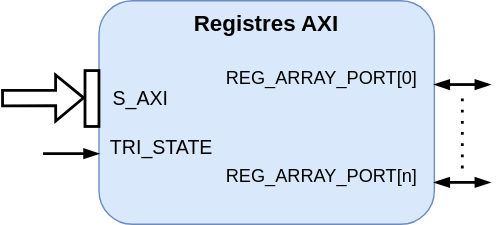
viveris/LoCod-fpga keeps this draw.io diagram as src/axi_reg/doc/axi_reg.drawio.svg. Above is the earlier version. Source tidied: cells renumbered, new cells last; positions are measured from the earlier drawing's top-left corner, leaving out a move shared by most shapes.
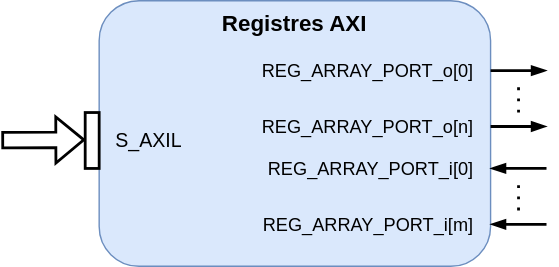
Later version of the same file.

Commit message:
[UPDATE] Modify AXI Reg module : separate input and output registers (supression of tri-state)

Diff of the diagram source:
```diff
@@ -3,52 +3,67 @@
     <mxCell id="0" />
     <mxCell id="1" parent="0" />
     <mxCell id="2" value="Registres AXI" style="rounded=1;whiteSpace=wrap;html=1;verticalAlign=top;fontStyle=1;fontSize=16;fillColor=#dae8fc;strokeColor=#6c8ebf;" parent="1" vertex="1">
-      <mxGeometry x="70" width="240" height="160" as="geometry" />
+      <mxGeometry x="30" y="10" width="280" height="190" as="geometry" />
     </mxCell>
     <mxCell id="3" style="shape=flexArrow;endArrow=classic;html=1;rounded=0;fontSize=16;strokeWidth=2;" parent="1" edge="1">
       <mxGeometry relative="1" as="geometry">
-        <mxPoint y="69.7" as="sourcePoint" />
-        <mxPoint x="60" y="69.5" as="targetPoint" />
+        <mxPoint x="-40" y="109.7" as="sourcePoint" />
+        <mxPoint x="20" y="109.5" as="targetPoint" />
       </mxGeometry>
     </mxCell>
     <mxCell id="4" style="rounded=0;whiteSpace=wrap;html=1;fontSize=16;strokeWidth=2;fillColor=none;" parent="1" vertex="1">
-      <mxGeometry x="60" y="50" width="10" height="40" as="geometry" />
+      <mxGeometry x="20" y="90" width="10" height="40" as="geometry" />
     </mxCell>
-    <mxCell id="5" style="endArrow=blockThin;html=1;rounded=0;fontSize=16;strokeWidth=2;endFill=1;startArrow=blockThin;startFill=1;" parent="1" edge="1">
+    <mxCell id="5" style="endArrow=blockThin;html=1;rounded=0;fontSize=16;strokeWidth=2;endFill=1;startArrow=none;startFill=0;" parent="1" edge="1">
       <mxGeometry relative="1" as="geometry">
         <mxPoint x="310" y="60" as="sourcePoint" />
         <mxPoint x="350" y="60" as="targetPoint" />
       </mxGeometry>
     </mxCell>
-    <mxCell id="6" style="endArrow=blockThin;html=1;rounded=0;fontSize=16;strokeWidth=2;endFill=1;startArrow=blockThin;startFill=1;" parent="1" edge="1">
+    <mxCell id="6" style="endArrow=blockThin;html=1;rounded=0;fontSize=16;strokeWidth=2;endFill=1;startArrow=none;startFill=0;" parent="1" edge="1">
       <mxGeometry relative="1" as="geometry">
-        <mxPoint x="310" y="130" as="sourcePoint" />
-        <mxPoint x="350" y="130" as="targetPoint" />
+        <mxPoint x="310" y="100" as="sourcePoint" />
+        <mxPoint x="350" y="100" as="targetPoint" />
       </mxGeometry>
     </mxCell>
-    <mxCell id="7" value="S_AXI" style="text;html=1;strokeColor=none;fillColor=none;align=center;verticalAlign=middle;whiteSpace=wrap;rounded=0;fontSize=14;" parent="1" vertex="1">
-      <mxGeometry x="70" y="55" width="60" height="30" as="geometry" />
+    <mxCell id="7" value="S_AXIL" style="text;html=1;strokeColor=none;fillColor=none;align=left;verticalAlign=middle;whiteSpace=wrap;rounded=0;fontSize=14;" parent="1" vertex="1">
+      <mxGeometry x="40" y="100" width="60" height="20" as="geometry" />
     </mxCell>
-    <mxCell id="8" value="&lt;div&gt;REG_ARRAY_PORT[0]&lt;/div&gt;" style="text;html=1;strokeColor=none;fillColor=none;align=right;verticalAlign=middle;whiteSpace=wrap;rounded=0;fontSize=13;" parent="1" vertex="1">
-      <mxGeometry x="150" y="40" width="150" height="30" as="geometry" />
+    <mxCell id="8" value="&lt;div&gt;REG_ARRAY_PORT_o[0]&lt;/div&gt;" style="text;html=1;strokeColor=none;fillColor=none;align=right;verticalAlign=middle;whiteSpace=wrap;rounded=0;fontSize=13;" parent="1" vertex="1">
+      <mxGeometry x="150" y="50" width="150" height="20" as="geometry" />
     </mxCell>
-    <mxCell id="9" value="REG_ARRAY_PORT[n]" style="text;html=1;strokeColor=none;fillColor=none;align=right;verticalAlign=middle;whiteSpace=wrap;rounded=0;fontSize=13;" parent="1" vertex="1">
-      <mxGeometry x="150" y="110" width="150" height="30" as="geometry" />
+    <mxCell id="9" value="REG_ARRAY_PORT_o[n]" style="text;html=1;strokeColor=none;fillColor=none;align=right;verticalAlign=middle;whiteSpace=wrap;rounded=0;fontSize=13;" parent="1" vertex="1">
+      <mxGeometry x="150" y="90" width="150" height="20" as="geometry" />
     </mxCell>
     <mxCell id="10" style="endArrow=none;dashed=1;html=1;dashPattern=1 3;strokeWidth=2;rounded=0;fontSize=14;" parent="1" edge="1">
       <mxGeometry relative="1" as="geometry">
-        <mxPoint x="330" y="120" as="sourcePoint" />
+        <mxPoint x="330" y="90" as="sourcePoint" />
         <mxPoint x="330" y="70" as="targetPoint" />
       </mxGeometry>
     </mxCell>
-    <mxCell id="11" value="TRI_STATE" style="text;html=1;strokeColor=none;fillColor=none;align=center;verticalAlign=middle;whiteSpace=wrap;rounded=0;fontSize=14;" parent="1" vertex="1">
-      <mxGeometry x="70" y="90" width="90" height="30" as="geometry" />
-    </mxCell>
-    <mxCell id="12" style="endArrow=blockThin;html=1;rounded=0;fontSize=16;strokeWidth=2;endFill=1;startArrow=none;startFill=0;" parent="1" edge="1">
-      <mxGeometry relative="1" as="geometry">
-        <mxPoint x="30" y="109.4" as="sourcePoint" />
-        <mxPoint x="70" y="109.4" as="targetPoint" />
-      </mxGeometry>
-    </mxCell>
+    <mxCell id="13" style="endArrow=none;html=1;rounded=0;fontSize=16;strokeWidth=2;endFill=0;startArrow=blockThin;startFill=1;" parent="1" edge="1">
+      <mxGeometry relative="1" as="geometry">
+        <mxPoint x="310" y="130" as="sourcePoint" />
+        <mxPoint x="350" y="130" as="targetPoint" />
+      </mxGeometry>
+    </mxCell>
+    <mxCell id="14" style="endArrow=none;html=1;rounded=0;fontSize=16;strokeWidth=2;endFill=0;startArrow=blockThin;startFill=1;" parent="1" edge="1">
+      <mxGeometry relative="1" as="geometry">
+        <mxPoint x="310" y="170" as="sourcePoint" />
+        <mxPoint x="350" y="170" as="targetPoint" />
+      </mxGeometry>
+    </mxCell>
+    <mxCell id="15" value="&lt;div&gt;REG_ARRAY_PORT_i[0]&lt;/div&gt;" style="text;html=1;strokeColor=none;fillColor=none;align=right;verticalAlign=middle;whiteSpace=wrap;rounded=0;fontSize=13;" parent="1" vertex="1">
+      <mxGeometry x="150" y="120" width="150" height="20" as="geometry" />
+    </mxCell>
+    <mxCell id="16" value="REG_ARRAY_PORT_i[m]" style="text;html=1;strokeColor=none;fillColor=none;align=right;verticalAlign=middle;whiteSpace=wrap;rounded=0;fontSize=13;" parent="1" vertex="1">
+      <mxGeometry x="150" y="160" width="150" height="20" as="geometry" />
+    </mxCell>
+    <mxCell id="17" style="endArrow=none;dashed=1;html=1;dashPattern=1 3;strokeWidth=2;rounded=0;fontSize=14;" parent="1" edge="1">
+      <mxGeometry relative="1" as="geometry">
+        <mxPoint x="330" y="160" as="sourcePoint" />
+        <mxPoint x="330" y="140" as="targetPoint" />
+      </mxGeometry>
+    </mxCell>
   </root>
 </mxGraphModel>
```
